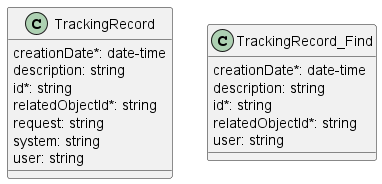
Earlier version of the PlantUML export documentation/serviceApi/fm/media/trackingRecordModel.png (MEF-GIT/MEF-LSO-Legato-SDK). The source it was exported from:
```plantuml
@startuml trackingRecordModel

class TrackingRecord {

    creationDate*: date-time
    description: string
    id*: string
    relatedObjectId*: string
    request: string
    system: string
    user: string
}

class TrackingRecord_Find {

    creationDate*: date-time
    description: string
    id*: string
    relatedObjectId*: string
    user: string
}

@enduml
```
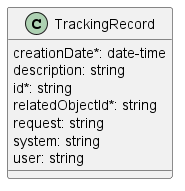
The same diagram one commit later.

The edit, as a diff of the source:
```diff
@@ -11,13 +11,4 @@
     user: string
 }
 
-class TrackingRecord_Find {
-
-    creationDate*: date-time
-    description: string
-    id*: string
-    relatedObjectId*: string
-    user: string
-}
-
 @enduml
```
